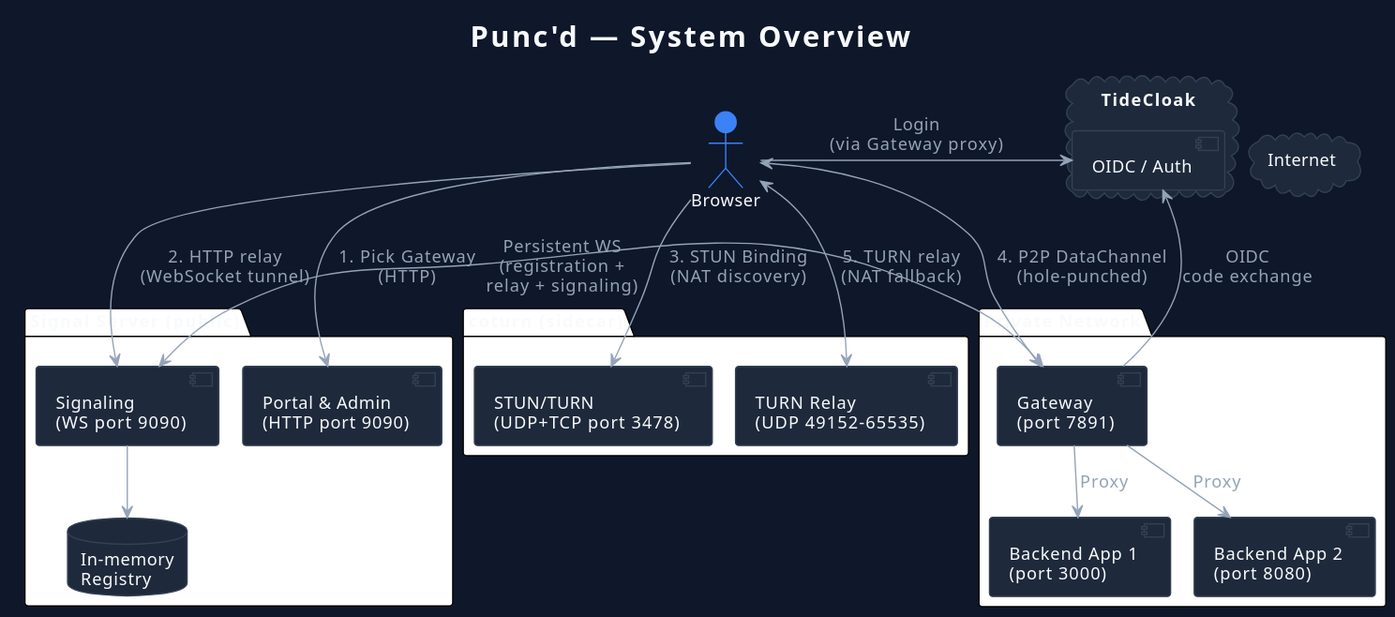
Above: bridges/punchd-bridge/docs/diagrams/system-overview.svg in tide-foundation/keylessh-m2 (PlantUML), before the change. Its diagram source:
```plantuml
@startuml
!theme plain
!pragma layout smetana
title Punc'd — System Overview

skinparam {
  backgroundColor #0f172a
  defaultFontColor #f8fafc
  defaultFontName "Segoe UI"
  defaultFontSize 13
  ArrowColor #94a3b8
  ArrowFontColor #94a3b8
  NoteBackgroundColor #1e293b
  NoteBorderColor #334155
  NoteFontColor #f8fafc
  ComponentBackgroundColor #1e293b
  ComponentBorderColor #334155
  ComponentFontColor #f8fafc
  DatabaseBackgroundColor #1e293b
  DatabaseBorderColor #334155
  DatabaseFontColor #f8fafc
  CloudBackgroundColor #1e293b
  CloudBorderColor #334155
  CloudFontColor #f8fafc
  RectangleBorderColor #334155
  RectangleBackgroundColor #1e293b
  RectangleFontColor #f8fafc
  ActorBorderColor #3b82f6
  ActorBackgroundColor #1e293b
  ActorFontColor #f8fafc
}

actor "Browser" as browser #3b82f6

cloud "Internet" as inet {
}

package "Signal Server (public)" as stun {
  component "Signaling\n(WS port 9090)" as sig
  component "Portal & Admin\n(HTTP port 9090)" as portal
  database "In-memory\nRegistry" as reg
}

package "coturn (sidecar)" as coturnpkg {
  component "STUN/TURN\n(UDP+TCP port 3478)" as stunproto
  component "TURN Relay\n(UDP 49152-65535)" as relay
}

package "Private Network" as priv {
  component "Gateway\n(port 7891)" as gw
  component "Backend App 1\n(port 3000)" as app1
  component "Backend App 2\n(port 8080)" as app2
}

cloud "TideCloak" as tc {
  component "OIDC / Auth" as oidc
}

browser -down-> portal : "1. Pick Gateway\n(HTTP)"
browser -down-> sig : "2. HTTP relay\n(WebSocket tunnel)"
browser -down-> stunproto : "3. STUN Binding\n(NAT discovery)"
browser <-down-> relay : "5. TURN relay\n(NAT fallback)"
browser <-right-> gw : "4. P2P DataChannel\n(hole-punched)"

sig <-right-> gw : "Persistent WS\n(registration +\nrelay + signaling)"
sig -down-> reg

gw -down-> app1 : "Proxy"
gw -down-> app2 : "Proxy"
gw -left-> oidc : "OIDC\ncode exchange"
browser -right-> oidc : "Login\n(via Gateway proxy)"
@enduml
```
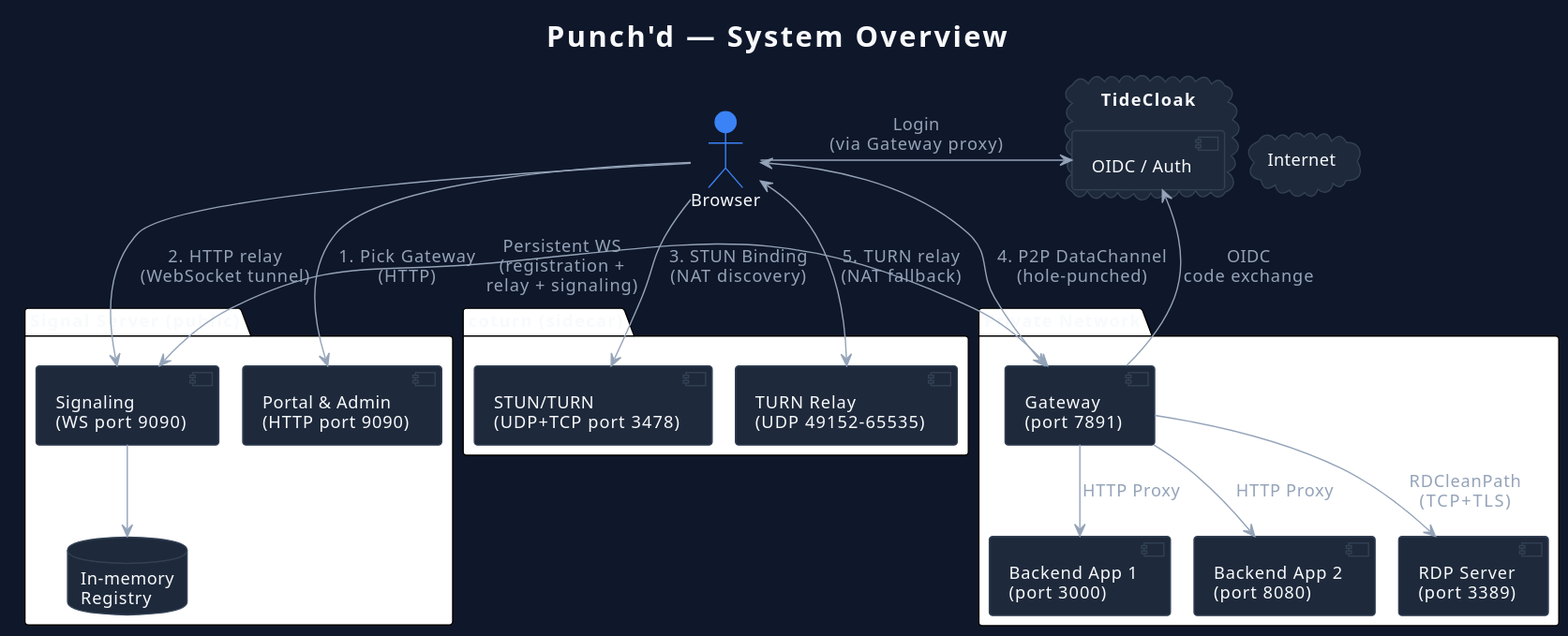
After the commit.

Change to the diagram source:
```diff
@@ -1,7 +1,7 @@
 @startuml
 !theme plain
 !pragma layout smetana
-title Punc'd — System Overview
+title Punch'd — System Overview
 
 skinparam {
   backgroundColor #0f172a
@@ -50,6 +50,7 @@
   component "Gateway\n(port 7891)" as gw
   component "Backend App 1\n(port 3000)" as app1
   component "Backend App 2\n(port 8080)" as app2
+  component "RDP Server\n(port 3389)" as rdpsrv
 }
 
 cloud "TideCloak" as tc {
@@ -65,8 +66,9 @@
 sig <-right-> gw : "Persistent WS\n(registration +\nrelay + signaling)"
 sig -down-> reg
 
-gw -down-> app1 : "Proxy"
-gw -down-> app2 : "Proxy"
+gw -down-> app1 : "HTTP Proxy"
+gw -down-> app2 : "HTTP Proxy"
+gw -down-> rdpsrv : "RDCleanPath\n(TCP+TLS)"
 gw -left-> oidc : "OIDC\ncode exchange"
 browser -right-> oidc : "Login\n(via Gateway proxy)"
 @enduml
```
